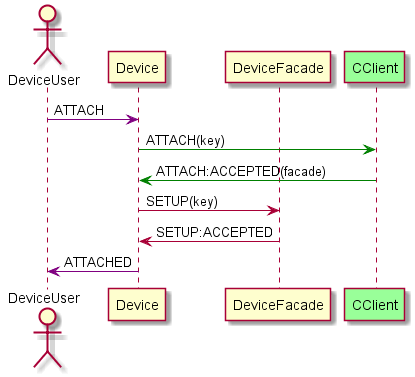
The PlantUML diagram doc/flows/1_device_attach.png in nawbar23/fleetmgr, before a commit. Its diagram source:
```plantuml
@startuml

actor DeviceUser
participant Device
participant DeviceFacade
participant CClient #99FF99

DeviceUser -[#purple]> Device: ATTACH

Device -[#green]> CClient: ATTACH(key)


CClient -[#green]> Device: ATTACH:ACCEPTED(facade)

Device -> DeviceFacade: SETUP(key)


DeviceFacade -> Device: SETUP:ACCEPTED

Device -[#purple]> DeviceUser: ATTACHED

@enduml
```
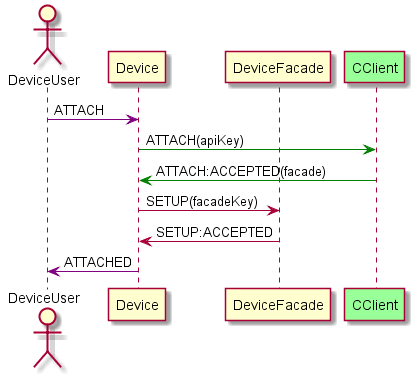
Later version of the same file.

What changed in the source:
```diff
@@ -7,12 +7,12 @@
 
 DeviceUser -[#purple]> Device: ATTACH
 
-Device -[#green]> CClient: ATTACH(key)
+Device -[#green]> CClient: ATTACH(apiKey)
 
 
 CClient -[#green]> Device: ATTACH:ACCEPTED(facade)
 
-Device -> DeviceFacade: SETUP(key)
+Device -> DeviceFacade: SETUP(facadeKey)
 
 
 DeviceFacade -> Device: SETUP:ACCEPTED
```
